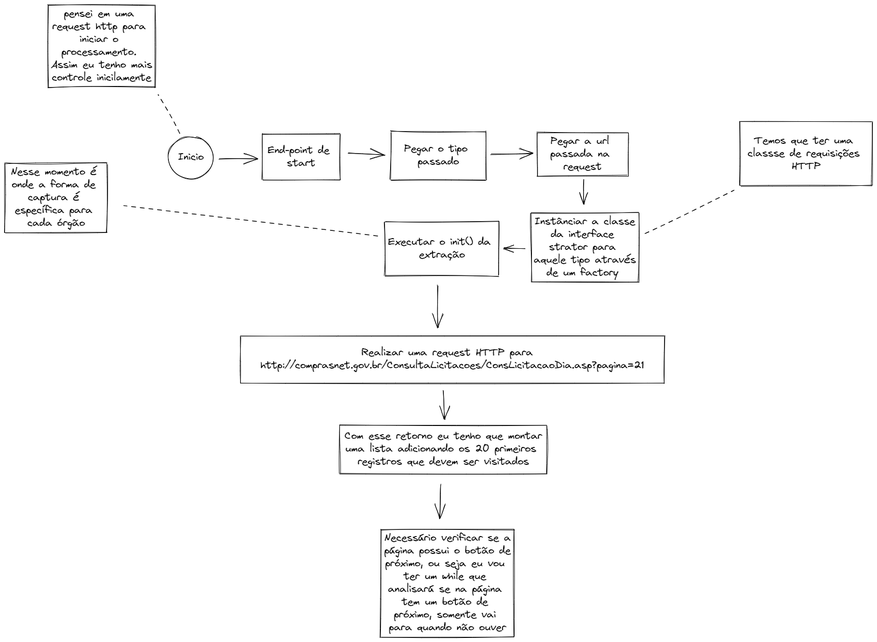
DavidRusycki/web-extractor keeps this Excalidraw diagram as diagrams/flux-extractor.excalidraw.png. Above is the earlier version. Source tidied: one line per element, renumbered; positions are measured from the earlier drawing's top-left corner, leaving out a move shared by most shapes.
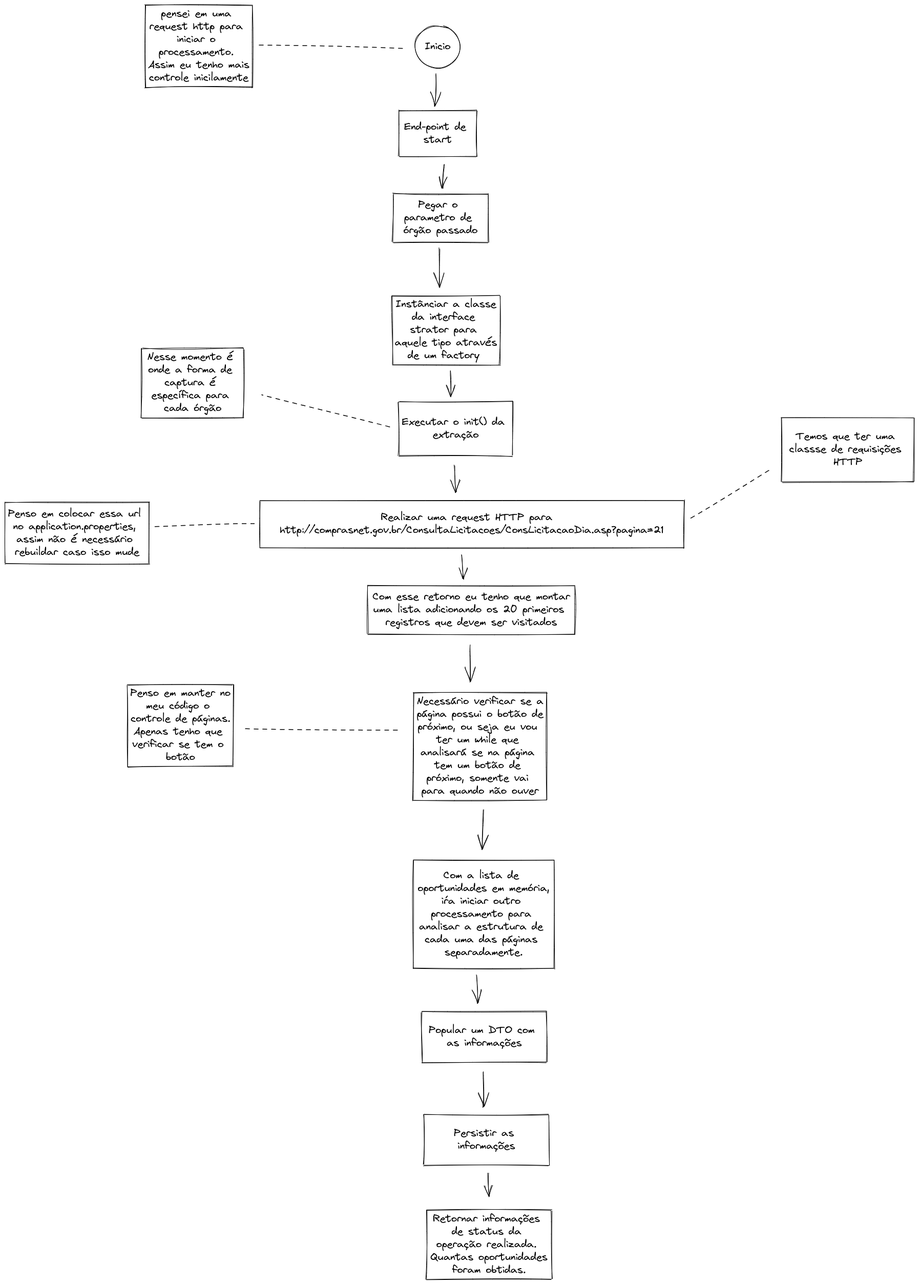
After the change.

Commit message:
doc: finish flux diagram

What changed in the source:
```diff
@@ -1,35 +1,50 @@
-{"id": 0, "type": "rectangle", "strokeColor": "#000000", "strokeWidth": 1, "roughness": 1, "x": 503, "y": 251, "width": 151, "height": 91}
+{"id": 0, "type": "rectangle", "strokeColor": "#000000", "strokeWidth": 1, "roughness": 1, "x": 713, "y": -78, "width": 151, "height": 91}
-{"id": 1, "type": "text", "text": "End-point de \nstart", "strokeColor": "#000000", "strokeWidth": 1, "roughness": 1, "fontSize": 20, "fontFamily": 1, "textAlign": "center", "verticalAlign": "middle", "inside": 0, "x": 513, "y": 272, "width": 131, "height": 50}
+{"id": 1, "type": "text", "text": "End-point de \nstart", "strokeColor": "#000000", "strokeWidth": 1, "roughness": 1, "fontSize": 20, "fontFamily": 1, "textAlign": "center", "verticalAlign": "middle", "inside": 0, "x": 723, "y": -58, "width": 131, "height": 50}
-{"id": 2, "type": "ellipse", "strokeColor": "#000000", "strokeWidth": 1, "roughness": 1, "x": 319, "y": 256, "width": 88, "height": 83}
+{"id": 2, "type": "ellipse", "strokeColor": "#000000", "strokeWidth": 1, "roughness": 1, "x": 745, "y": -244, "width": 88, "height": 83}
-{"id": 3, "type": "text", "text": "Inicio", "strokeColor": "#000000", "strokeWidth": 1, "roughness": 1, "fontSize": 20, "fontFamily": 1, "textAlign": "center", "verticalAlign": "middle", "inside": 2, "x": 338, "y": 285, "width": 50, "height": 25}
+{"id": 3, "type": "text", "text": "Inicio", "strokeColor": "#000000", "strokeWidth": 1, "roughness": 1, "fontSize": 20, "fontFamily": 1, "textAlign": "center", "verticalAlign": "middle", "inside": 2, "x": 763, "y": -215, "width": 50, "height": 25}
-{"id": 4, "type": "rectangle", "strokeColor": "#000000", "strokeWidth": 1, "roughness": 1, "x": 84, "y": 0, "width": 209, "height": 160}
+{"id": 4, "type": "rectangle", "strokeColor": "#000000", "strokeWidth": 1, "roughness": 1, "x": 217, "y": -284, "width": 209, "height": 160}
-{"id": 5, "type": "text", "text": "pensei em uma \nrequest http para \niniciar o \nprocessamento. \nAssim eu tenho mais\ncontrole inicilamente", "strokeColor": "#000000", "strokeWidth": 1, "roughness": 1, "fontSize": 20, "fontFamily": 1, "textAlign": "center", "verticalAlign": "middle", "inside": 4, "x": 89, "y": 5, "width": 198, "height": 150}
+{"id": 5, "type": "text", "text": "pensei em uma \nrequest http para \niniciar o \nprocessamento. \nAssim eu tenho mais\ncontrole inicilamente", "strokeColor": "#000000", "strokeWidth": 1, "roughness": 1, "fontSize": 20, "fontFamily": 1, "textAlign": "center", "verticalAlign": "middle", "inside": 4, "x": 223, "y": -279, "width": 198, "height": 150}
-{"id": 6, "type": "arrow", "strokeColor": "#000000", "strokeWidth": 1, "roughness": 1, "endArrowhead": "arrow", "from": 2, "to": 0, "x": 418, "y": 300, "width": 76, "height": 0, "points": [[0, 0], [76, 0]]}
+{"id": 6, "type": "arrow", "strokeColor": "#000000", "strokeWidth": 1, "roughness": 1, "endArrowhead": "arrow", "from": 2, "to": 0, "x": 785, "y": -150, "width": 2, "height": 64, "points": [[0, 0], [-2, 64]]}
-{"id": 7, "type": "rectangle", "strokeColor": "#000000", "strokeWidth": 1, "roughness": 1, "x": 753, "y": 247, "width": 186, "height": 94}
+{"id": 7, "type": "rectangle", "strokeColor": "#000000", "strokeWidth": 1, "roughness": 1, "x": 701, "y": 84, "width": 186, "height": 94}
-{"id": 8, "type": "text", "text": "Pegar o tipo \npassado", "strokeColor": "#000000", "strokeWidth": 1, "roughness": 1, "fontSize": 20, "fontFamily": 1, "textAlign": "center", "verticalAlign": "middle", "inside": 7, "x": 779, "y": 269, "width": 134, "height": 50}
+{"id": 8, "type": "text", "text": "Pegar o \nparametro de \nórgão passado", "strokeColor": "#000000", "strokeWidth": 1, "roughness": 1, "fontSize": 20, "fontFamily": 1, "textAlign": "center", "verticalAlign": "middle", "inside": 7, "x": 721, "y": 94, "width": 145, "height": 75}
-{"id": 9, "type": "arrow", "strokeColor": "#000000", "strokeWidth": 1, "roughness": 1, "endArrowhead": "arrow", "from": 0, "to": 7, "x": 669, "y": 290, "width": 72, "height": 2, "points": [[0, 0], [72, 2]]}
+{"id": 9, "type": "arrow", "strokeColor": "#000000", "strokeWidth": 1, "roughness": 1, "endArrowhead": "arrow", "from": 0, "to": 7, "x": 800, "y": 28, "width": 3, "height": 45, "points": [[0, 0], [-3, 45]]}
-{"id": 10, "type": "rectangle", "strokeColor": "#000000", "strokeWidth": 1, "roughness": 1, "x": 1039, "y": 249, "width": 178, "height": 85}
-{"id": 11, "type": "text", "text": "Pegar a url \npassada na \nrequest", "strokeColor": "#000000", "strokeWidth": 1, "roughness": 1, "fontSize": 20, "fontFamily": 1, "textAlign": "center", "verticalAlign": "middle", "inside": 10, "x": 1065, "y": 254, "width": 126, "height": 75}
-{"id": 12, "type": "arrow", "strokeColor": "#000000", "strokeWidth": 1, "roughness": 1, "endArrowhead": "arrow", "from": 7, "to": 10, "x": 947, "y": 291, "width": 85, "height": 2, "points": [[0, 0], [85, -2]]}
-{"id": 13, "type": "rectangle", "strokeColor": "#000000", "strokeWidth": 1, "roughness": 1, "x": 1027, "y": 406, "width": 210, "height": 135}
+{"id": 13, "type": "rectangle", "strokeColor": "#000000", "strokeWidth": 1, "roughness": 1, "x": 699, "y": 283, "width": 210, "height": 135}
-{"id": 14, "type": "text", "text": "Instânciar a classe\nda interface \nstrator para \naquele tipo através\nde um factory ", "strokeColor": "#000000", "strokeWidth": 1, "roughness": 1, "fontSize": 20, "fontFamily": 1, "textAlign": "center", "verticalAlign": "middle", "inside": 13, "x": 1033, "y": 411, "width": 200, "height": 125}
+{"id": 14, "type": "text", "text": "Instânciar a classe\nda interface \nstrator para \naquele tipo através\nde um factory ", "strokeColor": "#000000", "strokeWidth": 1, "roughness": 1, "fontSize": 20, "fontFamily": 1, "textAlign": "center", "verticalAlign": "middle", "inside": 13, "x": 705, "y": 288, "width": 200, "height": 125}
-{"id": 15, "type": "arrow", "strokeColor": "#000000", "strokeWidth": 1, "roughness": 1, "endArrowhead": "arrow", "from": 10, "to": 13, "x": 1130, "y": 340, "width": 1, "height": 47, "points": [[0, 0], [-1, 47]]}
-{"id": 16, "type": "rectangle", "strokeColor": "#000000", "strokeWidth": 1, "roughness": 1, "x": 742, "y": 423, "width": 222, "height": 106}
+{"id": 16, "type": "rectangle", "strokeColor": "#000000", "strokeWidth": 1, "roughness": 1, "x": 713, "y": 490, "width": 222, "height": 106}
-{"id": 17, "type": "text", "text": "Executar o init() da \nextração", "strokeColor": "#000000", "strokeWidth": 1, "roughness": 1, "fontSize": 20, "fontFamily": 1, "textAlign": "center", "verticalAlign": "middle", "inside": 16, "x": 748, "y": 451, "width": 211, "height": 50}
+{"id": 17, "type": "text", "text": "Executar o init() da \nextração", "strokeColor": "#000000", "strokeWidth": 1, "roughness": 1, "fontSize": 20, "fontFamily": 1, "textAlign": "center", "verticalAlign": "middle", "inside": 16, "x": 718, "y": 518, "width": 211, "height": 50}
-{"id": 18, "type": "arrow", "strokeColor": "#000000", "strokeWidth": 1, "roughness": 1, "endArrowhead": "arrow", "from": 13, "to": 16, "x": 1016, "y": 475, "width": 42, "height": 1, "points": [[0, 0], [-42, -1]]}
+{"id": 18, "type": "arrow", "strokeColor": "#000000", "strokeWidth": 1, "roughness": 1, "endArrowhead": "arrow", "from": 13, "to": 16, "x": 813, "y": 429, "width": 2, "height": 50, "points": [[0, 0], [2, 50]]}
-{"id": 19, "type": "rectangle", "strokeColor": "#000000", "strokeWidth": 1, "roughness": 1, "x": 0, "y": 309, "width": 199, "height": 135}
+{"id": 19, "type": "rectangle", "strokeColor": "#000000", "strokeWidth": 1, "roughness": 1, "x": 210, "y": 386, "width": 199, "height": 135}
-{"id": 20, "type": "text", "text": "Nesse momento é \nonde a forma de \ncaptura é \nespecífica para \ncada órgão", "strokeColor": "#000000", "strokeWidth": 1, "roughness": 1, "fontSize": 20, "fontFamily": 1, "textAlign": "center", "verticalAlign": "middle", "inside": 19, "x": 11, "y": 314, "width": 178, "height": 125}
+{"id": 20, "type": "text", "text": "Nesse momento é \nonde a forma de \ncaptura é \nespecífica para \ncada órgão", "strokeColor": "#000000", "strokeWidth": 1, "roughness": 1, "fontSize": 20, "fontFamily": 1, "textAlign": "center", "verticalAlign": "middle", "inside": 19, "x": 221, "y": 391, "width": 178, "height": 125}
-{"id": 21, "type": "rectangle", "strokeColor": "#000000", "strokeWidth": 1, "roughness": 1, "x": 459, "y": 646, "width": 828, "height": 92}
+{"id": 21, "type": "rectangle", "strokeColor": "#000000", "strokeWidth": 1, "roughness": 1, "x": 441, "y": 683, "width": 828, "height": 92}
-{"id": 22, "type": "text", "text": "Realizar uma request HTTP para  \nhttp://comprasnet.gov.br/ConsultaLicitacoes/ConsLicitacaoDia.asp?pagina=21", "strokeColor": "#000000", "strokeWidth": 1, "roughness": 1, "fontSize": 20, "fontFamily": 1, "textAlign": "center", "verticalAlign": "middle", "inside": 21, "x": 499, "y": 667, "width": 749, "height": 50}
+{"id": 22, "type": "text", "text": "Realizar uma request HTTP para  \nhttp://comprasnet.gov.br/ConsultaLicitacoes/ConsLicitacaoDia.asp?pagina=21", "strokeColor": "#000000", "strokeWidth": 1, "roughness": 1, "fontSize": 20, "fontFamily": 1, "textAlign": "center", "verticalAlign": "middle", "inside": 21, "x": 480, "y": 704, "width": 749, "height": 50}
-{"id": 23, "type": "arrow", "strokeColor": "#000000", "strokeWidth": 1, "roughness": 1, "endArrowhead": "arrow", "from": 16, "to": 21, "x": 845, "y": 547, "width": 0, "height": 83, "points": [[0, 0], [0, 83]]}
+{"id": 23, "type": "arrow", "strokeColor": "#000000", "strokeWidth": 1, "roughness": 1, "endArrowhead": "arrow", "from": 16, "to": 21, "x": 821, "y": 614, "width": 3, "height": 53, "points": [[0, 0], [3, 53]]}
-{"id": 24, "type": "line", "strokeColor": "#000000", "strokeWidth": 1, "strokeStyle": "dashed", "roughness": 1, "x": 727, "y": 451, "width": 495, "height": 59, "points": [[0, 0], [-495, -59]]}
+{"id": 24, "type": "line", "strokeColor": "#000000", "strokeWidth": 1, "strokeStyle": "dashed", "roughness": 1, "x": 693, "y": 540, "width": 247, "height": 63, "points": [[0, 0], [-247, -63]]}
-{"id": 25, "type": "line", "strokeColor": "#000000", "strokeWidth": 1, "strokeStyle": "dashed", "roughness": 1, "x": 342, "y": 251, "width": 43, "height": 77, "points": [[0, 0], [-43, -77]]}
+{"id": 25, "type": "line", "strokeColor": "#000000", "strokeWidth": 1, "strokeStyle": "dashed", "roughness": 1, "x": 721, "y": -199, "width": 289, "height": 8, "points": [[0, 0], [-289, -8]]}
-{"id": 26, "type": "line", "strokeColor": "#000000", "strokeWidth": 1, "strokeStyle": "dashed", "roughness": 1, "x": 1248, "y": 448, "width": 176, "height": 85, "points": [[0, 0], [176, -85]]}
+{"id": 26, "type": "line", "strokeColor": "#000000", "strokeWidth": 1, "strokeStyle": "dashed", "roughness": 1, "x": 1281, "y": 719, "width": 161, "height": 98, "points": [[0, 0], [161, -98]]}
-{"id": 27, "type": "rectangle", "strokeColor": "#000000", "strokeWidth": 1, "roughness": 1, "x": 1436, "y": 228, "width": 258, "height": 125}
+{"id": 27, "type": "rectangle", "strokeColor": "#000000", "strokeWidth": 1, "roughness": 1, "x": 1460, "y": 521, "width": 258, "height": 125}
-{"id": 28, "type": "text", "text": "Temos que ter uma \nclassse de requisições \nHTTP", "strokeColor": "#000000", "strokeWidth": 1, "roughness": 1, "fontSize": 20, "fontFamily": 1, "textAlign": "center", "verticalAlign": "middle", "inside": 27, "x": 1450, "y": 253, "width": 229, "height": 75}
+{"id": 28, "type": "text", "text": "Temos que ter uma \nclassse de requisições \nHTTP", "strokeColor": "#000000", "strokeWidth": 1, "roughness": 1, "fontSize": 20, "fontFamily": 1, "textAlign": "center", "verticalAlign": "middle", "inside": 27, "x": 1475, "y": 546, "width": 229, "height": 75}
-{"id": 29, "type": "rectangle", "strokeColor": "#000000", "strokeWidth": 1, "roughness": 1, "x": 654, "y": 821, "width": 405, "height": 94}
+{"id": 29, "type": "rectangle", "strokeColor": "#000000", "strokeWidth": 1, "roughness": 1, "x": 652, "y": 849, "width": 405, "height": 94}
-{"id": 30, "type": "text", "text": "Com esse retorno eu tenho que montar\numa lista adicionando os 20 primeiros \nregistros que devem ser visitados", "strokeColor": "#000000", "strokeWidth": 1, "roughness": 1, "fontSize": 20, "fontFamily": 1, "textAlign": "center", "verticalAlign": "middle", "inside": 29, "x": 663, "y": 830, "width": 386, "height": 75}
+{"id": 30, "type": "text", "text": "Com esse retorno eu tenho que montar\numa lista adicionando os 20 primeiros \nregistros que devem ser visitados", "strokeColor": "#000000", "strokeWidth": 1, "roughness": 1, "fontSize": 20, "fontFamily": 1, "textAlign": "center", "verticalAlign": "middle", "inside": 29, "x": 661, "y": 859, "width": 386, "height": 75}
-{"id": 31, "type": "arrow", "strokeColor": "#000000", "strokeWidth": 1, "roughness": 1, "endArrowhead": "arrow", "from": 21, "to": 29, "x": 855, "y": 752, "width": 3, "height": 58, "points": [[0, 0], [3, 58]]}
+{"id": 31, "type": "arrow", "strokeColor": "#000000", "strokeWidth": 1, "roughness": 1, "endArrowhead": "arrow", "from": 21, "to": 29, "x": 834, "y": 788, "width": 4, "height": 48, "points": [[0, 0], [4, 48]]}
-{"id": 32, "type": "arrow", "strokeColor": "#000000", "strokeWidth": 1, "roughness": 1, "endArrowhead": "arrow", "from": 29, "to": 33, "x": 852, "y": 937, "width": 3, "height": 67, "points": [[0, 0], [-3, 67]]}
+{"id": 32, "type": "arrow", "strokeColor": "#000000", "strokeWidth": 1, "roughness": 1, "endArrowhead": "arrow", "from": 29, "to": 33, "x": 852, "y": 965, "width": 0, "height": 72, "points": [[0, 0], [0, 72]]}
-{"id": 33, "type": "rectangle", "strokeColor": "#000000", "strokeWidth": 1, "roughness": 1, "x": 734, "y": 1024, "width": 261, "height": 210}
+{"id": 33, "type": "rectangle", "strokeColor": "#000000", "strokeWidth": 1, "roughness": 1, "x": 741, "y": 1058, "width": 261, "height": 210}
-{"id": 34, "type": "text", "text": "Necessário verificar se a\npágina possui o botão de\npróximo, ou seja eu vou \nter um while que \nanalisará se na página \ntem um botão de \npróximo, somente vai \npara quando não ouver", "strokeColor": "#000000", "strokeWidth": 1, "roughness": 1, "fontSize": 20, "fontFamily": 1, "textAlign": "center", "verticalAlign": "middle", "inside": 33, "x": 740, "y": 1029, "width": 247, "height": 200}
+{"id": 34, "type": "text", "text": "Necessário verificar se a\npágina possui o botão de\npróximo, ou seja eu vou \nter um while que \nanalisará se na página \ntem um botão de \npróximo, somente vai \npara quando não ouver", "strokeColor": "#000000", "strokeWidth": 1, "roughness": 1, "fontSize": 20, "fontFamily": 1, "textAlign": "center", "verticalAlign": "middle", "inside": 33, "x": 747, "y": 1063, "width": 247, "height": 200}
+{"id": 35, "type": "arrow", "strokeColor": "#000000", "strokeWidth": 1, "roughness": 1, "endArrowhead": "arrow", "round": true, "from": 7, "to": 13, "x": 792, "y": 190, "width": 1, "height": 77, "points": [[0, 0], [1, 77]]}
+{"id": 36, "type": "rectangle", "strokeColor": "#000000", "strokeWidth": 1, "roughness": 1, "x": 183, "y": 1042, "width": 206, "height": 160}
+{"id": 37, "type": "text", "text": "Penso em manter no\nmeu código o \ncontrole de páginas.\nApenas tenho que \nverificar se tem o \nbotão", "strokeColor": "#000000", "strokeWidth": 1, "roughness": 1, "fontSize": 20, "fontFamily": 1, "textAlign": "center", "verticalAlign": "middle", "inside": 36, "x": 188, "y": 1047, "width": 196, "height": 150}
+{"id": 38, "type": "line", "strokeColor": "#000000", "strokeWidth": 1, "strokeStyle": "dashed", "roughness": 1, "x": 414, "y": 1127, "width": 303, "height": 4, "points": [[0, 0], [303, 4]]}
+{"id": 39, "type": "rectangle", "strokeColor": "#000000", "strokeWidth": 1, "roughness": 1, "x": 741, "y": 1385, "width": 274, "height": 211}
+{"id": 40, "type": "text", "text": "Com a lista de \noportunidades em memória,\niŕa iniciar outro \nprocessamento para \nanalisar a estrutura de \ncada uma das páginas \nseparadamente.", "strokeColor": "#000000", "strokeWidth": 1, "roughness": 1, "fontSize": 20, "fontFamily": 1, "textAlign": "center", "verticalAlign": "middle", "inside": 39, "x": 749, "y": 1403, "width": 257, "height": 175}
+{"id": 41, "type": "arrow", "strokeColor": "#000000", "strokeWidth": 1, "roughness": 1, "endArrowhead": "arrow", "from": 33, "to": 39, "x": 876, "y": 1286, "width": 2, "height": 76, "points": [[0, 0], [-2, 76]]}
+{"id": 42, "type": "rectangle", "strokeColor": "#000000", "strokeWidth": 1, "roughness": 1, "x": 757, "y": 1680, "width": 244, "height": 99}
+{"id": 43, "type": "text", "text": "Popular um DTO com \nas informações", "strokeColor": "#000000", "strokeWidth": 1, "roughness": 1, "fontSize": 20, "fontFamily": 1, "textAlign": "center", "verticalAlign": "middle", "inside": 42, "x": 771, "y": 1705, "width": 217, "height": 50}
+{"id": 44, "type": "arrow", "strokeColor": "#000000", "strokeWidth": 1, "roughness": 1, "endArrowhead": "arrow", "from": 39, "to": 42, "x": 865, "y": 1609, "width": 2, "height": 54, "points": [[0, 0], [2, 54]]}
+{"id": 45, "type": "rectangle", "strokeColor": "#000000", "strokeWidth": 1, "roughness": 1, "x": 761, "y": 1881, "width": 244, "height": 99}
+{"id": 46, "type": "text", "text": "Persistir as \ninformações", "strokeColor": "#000000", "strokeWidth": 1, "roughness": 1, "fontSize": 20, "fontFamily": 1, "textAlign": "center", "verticalAlign": "middle", "inside": 45, "x": 820, "y": 1906, "width": 127, "height": 50}
+{"id": 47, "type": "arrow", "strokeColor": "#000000", "strokeWidth": 1, "roughness": 1, "endArrowhead": "arrow", "from": 42, "to": 45, "x": 878, "y": 1797, "width": 0, "height": 70, "points": [[0, 0], [0, 70]]}
+{"id": 48, "type": "rectangle", "strokeColor": "#000000", "strokeWidth": 1, "roughness": 1, "x": 767, "y": 2068, "width": 244, "height": 135}
+{"id": 49, "type": "text", "text": "Retornar informações \nde status da \noperação realizada. \nQuantas oportunidades\nforam obtidas.", "strokeColor": "#000000", "strokeWidth": 1, "roughness": 1, "fontSize": 20, "fontFamily": 1, "textAlign": "center", "verticalAlign": "middle", "inside": 48, "x": 774, "y": 2073, "width": 229, "height": 125}
+{"id": 50, "type": "arrow", "strokeColor": "#000000", "strokeWidth": 1, "roughness": 1, "endArrowhead": "arrow", "from": 45, "to": 48, "x": 887, "y": 1996, "width": 2, "height": 44, "points": [[0, 0], [2, 44]]}
+{"id": 51, "type": "rectangle", "strokeColor": "#000000", "strokeWidth": 1, "roughness": 1, "x": -56, "y": 687, "width": 281, "height": 120}
+{"id": 52, "type": "text", "text": "Penso em colocar essa url \nno application.properties, \nassim não é necessário \nrebuildar caso isso mude", "strokeColor": "#000000", "strokeWidth": 1, "roughness": 1, "fontSize": 20, "fontFamily": 1, "textAlign": "center", "verticalAlign": "middle", "inside": 51, "x": -50, "y": 697, "width": 270, "height": 100}
+{"id": 53, "type": "line", "strokeColor": "#000000", "strokeWidth": 1, "strokeStyle": "dashed", "roughness": 1, "x": 236, "y": 732, "width": 194, "height": 5, "points": [[0, 0], [194, -5]]}
```
